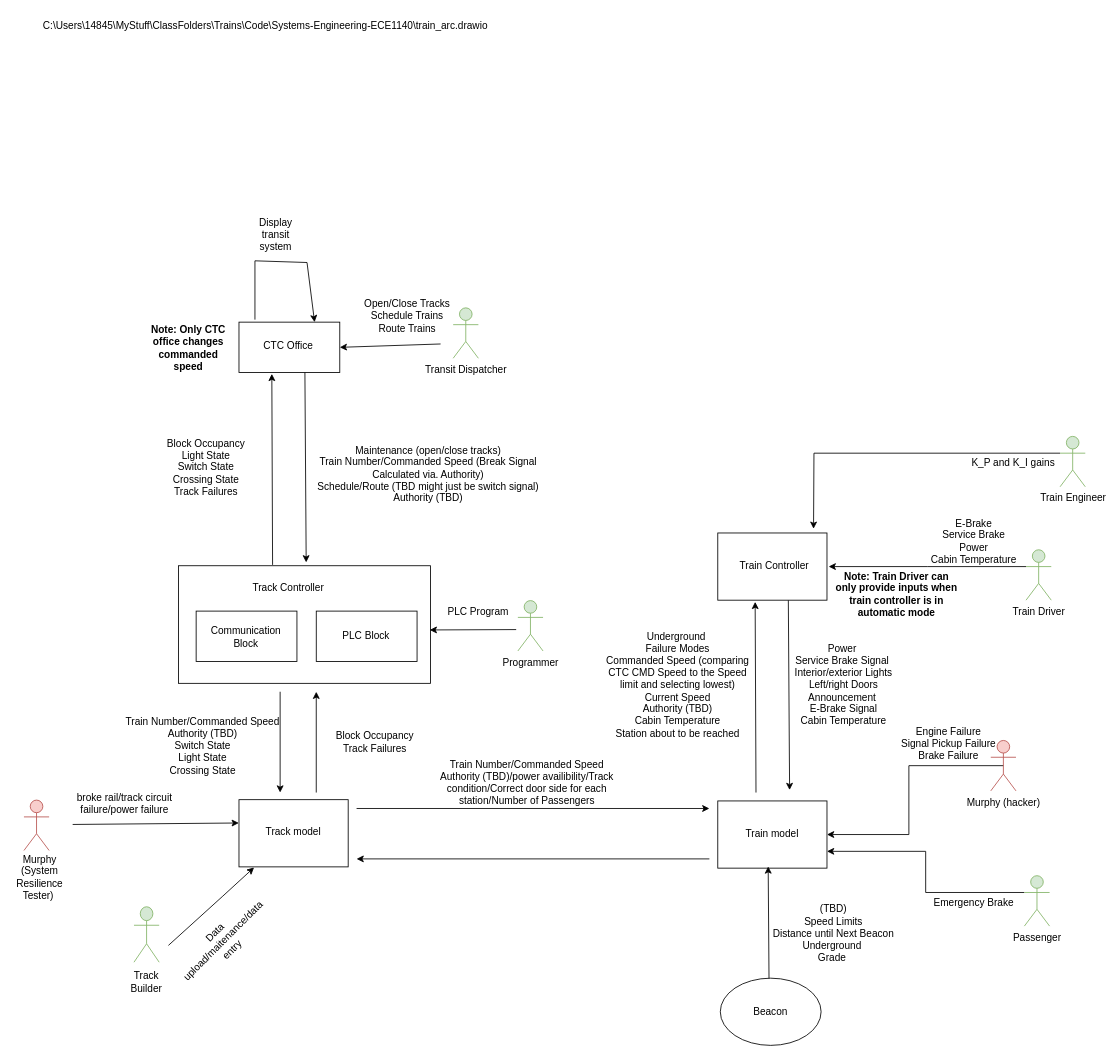
lao57/Systems-Engineering-ECE1140 keeps this draw.io diagram as Architecture_Group3.drawio. Above is the earlier version. Source tidied: cells renumbered, new cells numbered last; positions are measured from the earlier drawing's top-left corner, leaving out a move shared by most shapes. Both pictures are drawn from the tidied source at 84%, with x=0, y=0 at pixel (14, 14).
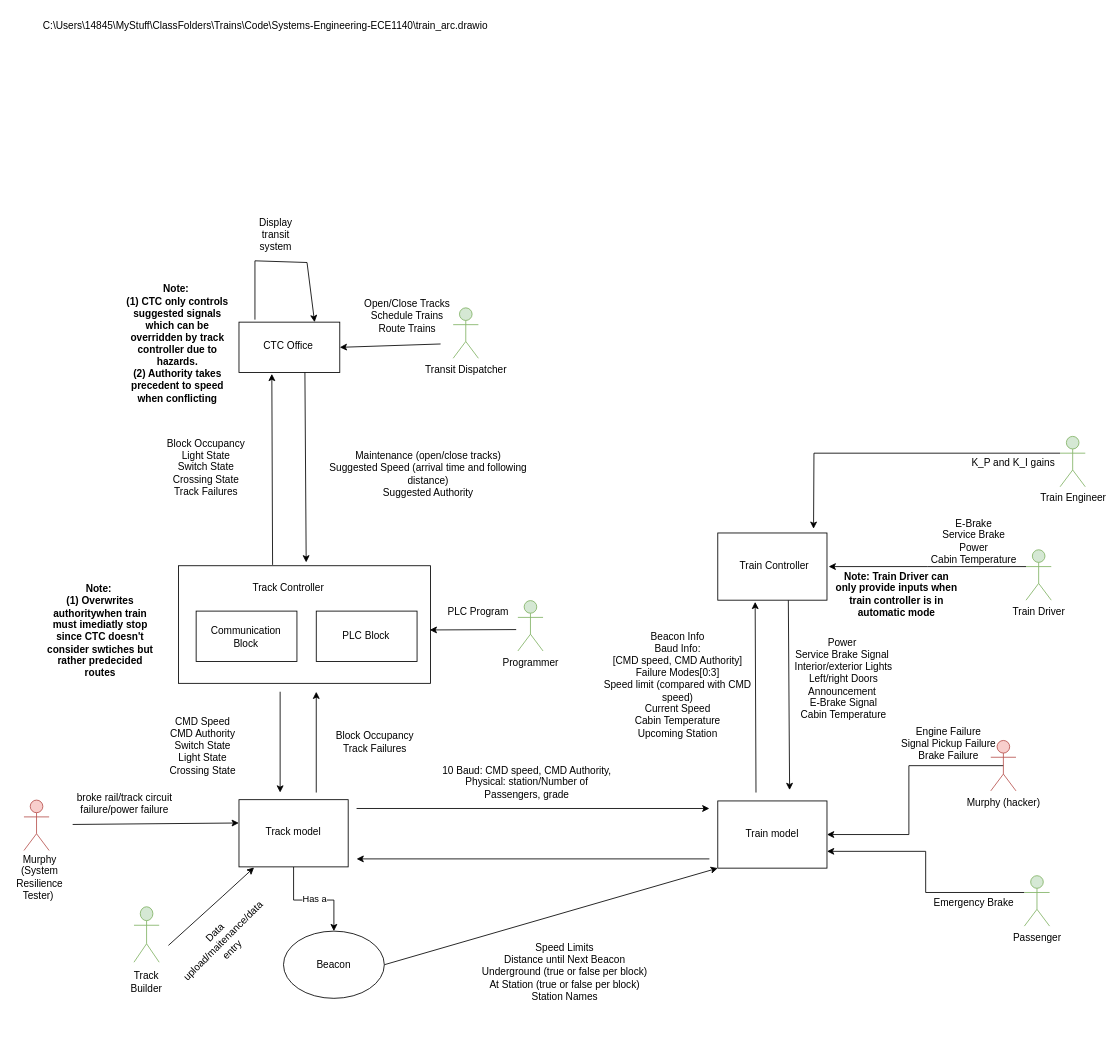
The same page after the edit.

Commit message (it also covers changes not shown here):
Updated Physical Architecture

for WP2

The change refers to these unchanged cells:
```xml
<mxCell id="17" style="rounded=0;whiteSpace=wrap;html=1;" parent="1" vertex="1">
  <mxGeometry x="837" y="936" width="130" height="80" as="geometry" />
</mxCell>
<mxCell id="19" style="rounded=0;whiteSpace=wrap;html=1;" parent="1" vertex="1">
  <mxGeometry x="267" y="934.5" width="130" height="80" as="geometry" />
</mxCell>
```

What changed in the source:
```diff
@@
-    <mxCell id="14" value="&lt;b&gt;Note: Only CTC office changes commanded speed&lt;/b&gt;" style="text;html=1;align=center;verticalAlign=middle;whiteSpace=wrap;rounded=0;" parent="1" vertex="1">
-      <mxGeometry x="157" y="367" width="100" height="59" as="geometry" />
+    <mxCell id="14" value="&lt;b&gt;Note:&amp;nbsp;&lt;/b&gt;&lt;div&gt;&lt;b&gt;(1) CTC only controls suggested signals which can be overridden by track controller due to hazards.&lt;/b&gt;&lt;/div&gt;&lt;div&gt;&lt;b&gt;(2) Authority takes precedent to speed when conflicting&lt;/b&gt;&lt;/div&gt;&lt;div&gt;&lt;div&gt;&lt;b&gt;&lt;br&gt;&lt;/b&gt;&lt;/div&gt;&lt;/div&gt;" style="text;html=1;align=center;verticalAlign=middle;whiteSpace=wrap;rounded=0;" parent="1" vertex="1">
+      <mxGeometry x="127" y="315" width="134" height="167" as="geometry" />
     </mxCell>
@@
+    <mxCell id="65" style="edgeStyle=orthogonalEdgeStyle;rounded=0;jettySize=auto;html=1;exitX=0.5;exitY=1;exitDx=0;exitDy=0;entryX=0.5;entryY=0;entryDx=0;entryDy=0;" parent="1" edge="1" source="19" target="36">
+      <mxGeometry relative="1" as="geometry">
+        <Array as="points">
+          <mxPoint x="332" y="1054" />
+          <mxPoint x="380" y="1054" />
+        </Array>
+      </mxGeometry>
+    </mxCell>
+    <mxCell id="66" value="Has a" style="edgeLabel;html=1;align=center;verticalAlign=middle;" parent="65" vertex="1">
+      <mxGeometry x="0.2" relative="1" as="geometry">
+        <mxPoint x="-11" y="-2" as="offset" />
+      </mxGeometry>
+    </mxCell>
@@
-    <mxCell id="23" value="&lt;div&gt;Train Number/Commanded Speed&lt;/div&gt;&lt;div&gt;Authority (TBD)/power availibility/Track condition/Correct door side for each station/Number of Passengers&lt;/div&gt;" style="text;html=1;align=center;verticalAlign=middle;whiteSpace=wrap;rounded=0;" parent="1" vertex="1">
+    <mxCell id="23" value="&lt;div&gt;&lt;span style=&quot;background-color: transparent; color: light-dark(rgb(0, 0, 0), rgb(255, 255, 255));&quot;&gt;10 Baud: CMD speed, CMD Authority,&lt;/span&gt;&lt;/div&gt;&lt;div&gt;&lt;span style=&quot;background-color: transparent; color: light-dark(rgb(0, 0, 0), rgb(255, 255, 255));&quot;&gt;Physical: station/Number of Passengers, grade&lt;/span&gt;&lt;/div&gt;" style="text;html=1;align=center;verticalAlign=middle;whiteSpace=wrap;rounded=0;" parent="1" vertex="1">
       <mxGeometry x="501" y="855" width="218" height="117" as="geometry" />
     </mxCell>
-    <mxCell id="24" value="&lt;div&gt;(TBD)&lt;/div&gt;Speed Limits&lt;div&gt;Distance until Next Beacon&lt;/div&gt;&lt;div&gt;Underground&amp;nbsp;&lt;/div&gt;&lt;div&gt;Grade&amp;nbsp;&lt;/div&gt;&lt;div&gt;&lt;br&gt;&lt;/div&gt;" style="text;html=1;align=center;verticalAlign=middle;whiteSpace=wrap;rounded=0;" parent="1" vertex="1">
-      <mxGeometry x="872" y="1042" width="206" height="117" as="geometry" />
+    <mxCell id="24" value="&lt;div&gt;&lt;span style=&quot;background-color: transparent; color: light-dark(rgb(0, 0, 0), rgb(255, 255, 255));&quot;&gt;Speed Limits&lt;/span&gt;&lt;/div&gt;&lt;div&gt;Distance until Next Beacon&lt;/div&gt;&lt;div&gt;Underground (true or false per block)&lt;/div&gt;&lt;div&gt;At Station (true or false per block)&lt;/div&gt;&lt;div&gt;Station Names&lt;/div&gt;&lt;div&gt;&lt;br&gt;&lt;/div&gt;" style="text;html=1;align=center;verticalAlign=middle;whiteSpace=wrap;rounded=0;" parent="1" vertex="1">
+      <mxGeometry x="552" y="1088.4" width="206" height="117" as="geometry" />
     </mxCell>
@@
-    <mxCell id="29" value="&lt;div&gt;Underground&amp;nbsp;&lt;/div&gt;&lt;div&gt;Failure Modes&lt;/div&gt;&lt;div&gt;&lt;span style=&quot;background-color: transparent; color: light-dark(rgb(0, 0, 0), rgb(255, 255, 255));&quot;&gt;Commanded Speed (comparing CTC CMD Speed to the Speed limit and selecting lowest)&lt;/span&gt;&lt;/div&gt;&lt;div&gt;&lt;span style=&quot;background-color: transparent; color: light-dark(rgb(0, 0, 0), rgb(255, 255, 255));&quot;&gt;Current Speed&lt;/span&gt;&lt;/div&gt;&lt;div&gt;&lt;span style=&quot;background-color: transparent; color: light-dark(rgb(0, 0, 0), rgb(255, 255, 255));&quot;&gt;Authority (TBD)&lt;/span&gt;&lt;/div&gt;&lt;div&gt;Cabin Temperature&lt;span style=&quot;background-color: transparent; color: light-dark(rgb(0, 0, 0), rgb(255, 255, 255));&quot;&gt;&lt;/span&gt;&lt;/div&gt;Station about to be reached" style="text;html=1;align=center;verticalAlign=middle;whiteSpace=wrap;rounded=0;" parent="1" vertex="1">
+    <mxCell id="29" value="&lt;div&gt;Beacon Info&lt;/div&gt;&lt;div&gt;Baud Info:&lt;/div&gt;&lt;div&gt;[&lt;span style=&quot;background-color: transparent; color: light-dark(rgb(0, 0, 0), rgb(255, 255, 255));&quot;&gt;CMD speed, CMD Authority]&lt;/span&gt;&lt;/div&gt;&lt;div&gt;Failure Modes[0:3]&lt;/div&gt;&lt;div&gt;Speed limit (compared with CMD speed)&lt;/div&gt;&lt;div&gt;&lt;span style=&quot;background-color: transparent; color: light-dark(rgb(0, 0, 0), rgb(255, 255, 255));&quot;&gt;Current Speed&lt;/span&gt;&lt;/div&gt;&lt;div&gt;Cabin Temperature&lt;span style=&quot;background-color: transparent; color: light-dark(rgb(0, 0, 0), rgb(255, 255, 255));&quot;&gt;&lt;/span&gt;&lt;/div&gt;Upcoming Station" style="text;html=1;align=center;verticalAlign=middle;whiteSpace=wrap;rounded=0;" parent="1" vertex="1">
       <mxGeometry x="694" y="730" width="191" height="136" as="geometry" />
     </mxCell>
-    <mxCell id="30" value="Power&amp;nbsp;&lt;div&gt;Service Brake Signal&amp;nbsp;&lt;/div&gt;&lt;div&gt;Interior/exterior Lights&lt;/div&gt;&lt;div&gt;Left/right Doors&lt;/div&gt;&lt;div&gt;Announcement&amp;nbsp;&lt;/div&gt;&lt;div&gt;E-Brake Signal&lt;/div&gt;&lt;div&gt;Cabin Temperature&lt;/div&gt;" style="text;html=1;align=center;verticalAlign=middle;whiteSpace=wrap;rounded=0;" parent="1" vertex="1">
+    <mxCell id="30" value="Power&amp;nbsp;&lt;div&gt;Service Brake Signal&amp;nbsp;&lt;/div&gt;&lt;div&gt;Interior/exterior Lights&lt;/div&gt;&lt;div&gt;Left/right Doors&lt;/div&gt;&lt;div&gt;Announcement&amp;nbsp;&lt;/div&gt;&lt;div&gt;E-Brake Signal&lt;/div&gt;&lt;div&gt;Cabin Temperature&lt;/div&gt;&lt;div&gt;&lt;br&gt;&lt;/div&gt;" style="text;html=1;align=center;verticalAlign=middle;whiteSpace=wrap;rounded=0;" parent="1" vertex="1">
       <mxGeometry x="912" y="739" width="150" height="117" as="geometry" />
     </mxCell>
-    <mxCell id="31" value="Maintenance (open/close tracks)&lt;div&gt;Train Number/Commanded Speed (Break Signal Calculated via. Authority)&lt;/div&gt;&lt;div&gt;Schedule/Route (TBD might just be switch signal)&lt;/div&gt;&lt;div&gt;Authority (TBD)&lt;/div&gt;&lt;div&gt;&lt;br&gt;&lt;/div&gt;&lt;div&gt;&lt;br&gt;&lt;/div&gt;&lt;div&gt;&lt;br&gt;&lt;/div&gt;&lt;div&gt;&lt;br&gt;&lt;/div&gt;" style="text;html=1;align=center;verticalAlign=middle;whiteSpace=wrap;rounded=0;" parent="1" vertex="1">
+    <mxCell id="31" value="Maintenance (open/close tracks)&lt;div&gt;Suggested Speed (arrival time and following distance)&lt;/div&gt;&lt;div&gt;&lt;span style=&quot;background-color: transparent; color: light-dark(rgb(0, 0, 0), rgb(255, 255, 255));&quot;&gt;Suggested Authority&lt;/span&gt;&lt;/div&gt;&lt;div&gt;&lt;br&gt;&lt;/div&gt;&lt;div&gt;&lt;br&gt;&lt;/div&gt;&lt;div&gt;&lt;br&gt;&lt;/div&gt;&lt;div&gt;&lt;br&gt;&lt;/div&gt;" style="text;html=1;align=center;verticalAlign=middle;whiteSpace=wrap;rounded=0;" parent="1" vertex="1">
       <mxGeometry x="356" y="463" width="273" height="226" as="geometry" />
     </mxCell>
@@
-    <mxCell id="34" value="Train Number/Commanded Speed&#10;Authority (TBD)&#10;Switch State&#10;Light State&#10;Crossing State&#10;" style="text;whiteSpace=wrap;align=center;" parent="1" vertex="1">
+    <mxCell id="34" value="CMD Speed&#10;CMD Authority&#10;Switch State&#10;Light State&#10;Crossing State&#10;" style="text;whiteSpace=wrap;align=center;" parent="1" vertex="1">
       <mxGeometry x="117" y="828" width="214" height="132" as="geometry" />
     </mxCell>
-    <mxCell id="35" style="endArrow=classic;html=1;rounded=0;" parent="1" edge="1">
-      <mxGeometry relative="1" as="geometry">
-        <mxPoint x="898" y="1149" as="sourcePoint" />
-        <mxPoint x="897" y="1014" as="targetPoint" />
-      </mxGeometry>
+    <mxCell id="35" style="endArrow=classic;html=1;rounded=0;exitX=1;exitY=0.5;exitDx=0;exitDy=0;entryX=0;entryY=1;entryDx=0;entryDy=0;" parent="1" edge="1" source="36" target="17">
+      <mxGeometry relative="1" as="geometry" />
     </mxCell>
     <mxCell id="36" value="Beacon" style="ellipse;whiteSpace=wrap;html=1;" parent="1" vertex="1">
-      <mxGeometry x="840" y="1147" width="120" height="80" as="geometry" />
+      <mxGeometry x="320" y="1091" width="120" height="80" as="geometry" />
     </mxCell>
@@
+    <mxCell id="67" value="&lt;b&gt;Note:&amp;nbsp;&lt;/b&gt;&lt;div&gt;&lt;b&gt;(1) Overwrites authoritywhen train must imediatly stop since CTC doesn't consider swtiches but rather predecided routes&lt;/b&gt;&lt;/div&gt;&lt;div&gt;&lt;div&gt;&lt;b&gt;&lt;br&gt;&lt;/b&gt;&lt;/div&gt;&lt;/div&gt;" style="text;html=1;align=center;verticalAlign=middle;whiteSpace=wrap;rounded=0;" parent="1" vertex="1">
+      <mxGeometry x="35" y="657" width="134" height="167" as="geometry" />
+    </mxCell>
```
